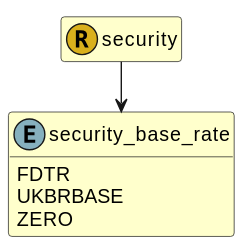
Before: images/fire.model.security_base_rate.svg, a diagram exported from PlantUML (Schemarise/demo-alfa-with-fire-json-model). Its diagram source:
```plantuml
@startuml
!pragma layout smetana

skinparam ClassBackgroundColor #BUSINESS
hide empty methods
hide empty fields
skinparam backgroundColor transparent
set namespaceSeparator none




class security_base_rate << (E,86B0BE) >> {

  FDTR
  UKBRBASE
  ZERO



}

class security << (R,D9B01C) >> {





}

security --> security_base_rate

@enduml
```
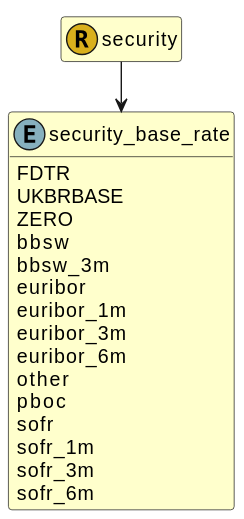
After the change.

What changed in the source:
```diff
@@ -15,6 +15,18 @@
   FDTR
   UKBRBASE
   ZERO
+  bbsw
+  bbsw_3m
+  euribor
+  euribor_1m
+  euribor_3m
+  euribor_6m
+  other
+  pboc
+  sofr
+  sofr_1m
+  sofr_3m
+  sofr_6m
 
 
 
```
